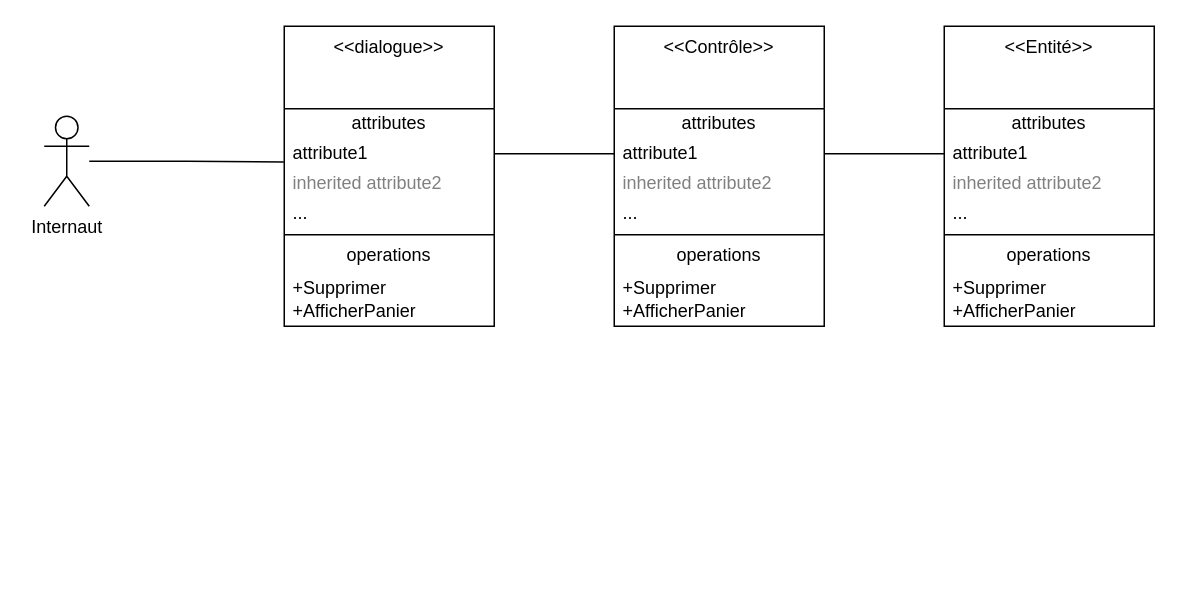
This is page "Gerer son panier" (7 of 7) of UML.drawio from zeuss32/analyse-et-modelisation-lab1, a draw.io file, before an edit. Source tidied: cells renumbered, new cells numbered last; positions are measured from the earlier drawing's top-left corner, leaving out a move shared by most shapes. Both pictures are drawn from the tidied source at 150%, with x=0, y=0 at pixel (44, 26).
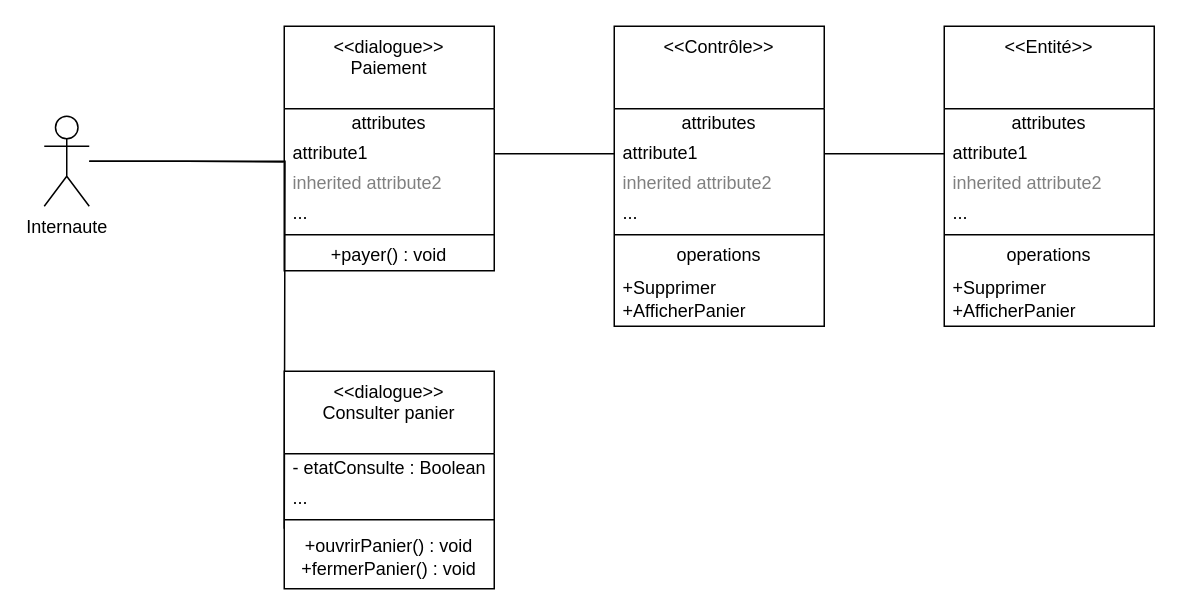
The same page after the edit.

Commit message:
Mettre à jour UML.drawio

The edit, as a diff of the source:
```diff
@@
+    <mxCell id="30" style="edgeStyle=orthogonalEdgeStyle;rounded=0;jettySize=auto;html=1;entryX=0;entryY=0.5;entryDx=0;entryDy=0;endArrow=none;endFill=0;" parent="1" edge="1" source="2">
+      <mxGeometry relative="1" as="geometry">
+        <mxPoint x="160" y="335" as="targetPoint" />
+      </mxGeometry>
+    </mxCell>
-    <mxCell id="2" value="Internaut" style="shape=umlActor;verticalLabelPosition=bottom;verticalAlign=top;html=1;outlineConnect=0;" parent="1" vertex="1">
+    <mxCell id="2" value="Internaute&lt;div&gt;&lt;br&gt;&lt;/div&gt;" style="shape=umlActor;verticalLabelPosition=bottom;verticalAlign=top;html=1;outlineConnect=0;" parent="1" vertex="1">
       <mxGeometry y="60" width="30" height="60" as="geometry" />
     </mxCell>
-    <mxCell id="3" value="&amp;lt;&amp;lt;dialogue&amp;gt;&amp;gt;" style="swimlane;fontStyle=0;align=center;verticalAlign=top;horizontal=1;startSize=55;html=1;whiteSpace=wrap;" parent="1" vertex="1">
-      <mxGeometry x="160" width="140" height="200" as="geometry" />
+    <mxCell id="3" value="&amp;lt;&amp;lt;dialogue&amp;gt;&amp;gt;&lt;div&gt;Paiement&lt;/div&gt;" style="swimlane;fontStyle=0;align=center;verticalAlign=top;horizontal=1;startSize=55;html=1;whiteSpace=wrap;" parent="1" vertex="1">
+      <mxGeometry x="160" width="140" height="163" as="geometry" />
     </mxCell>
@@
-    <mxCell id="9" value="operations" style="text;html=1;strokeColor=none;fillColor=none;align=center;verticalAlign=middle;spacingLeft=4;spacingRight=4;overflow=hidden;whiteSpace=wrap;" parent="3" vertex="1">
+    <mxCell id="9" value="+payer() : void" style="text;html=1;strokeColor=none;fillColor=none;align=center;verticalAlign=middle;spacingLeft=4;spacingRight=4;overflow=hidden;whiteSpace=wrap;" parent="3" vertex="1">
       <mxGeometry y="143" width="140" height="20" as="geometry" />
     </mxCell>
-    <mxCell id="10" value="+Supprimer&lt;div&gt;+AfficherPanier&lt;/div&gt;" style="text;html=1;strokeColor=none;fillColor=none;align=left;verticalAlign=middle;spacingLeft=4;spacingRight=4;overflow=hidden;whiteSpace=wrap;" parent="3" vertex="1">
-      <mxGeometry y="163" width="140" height="37" as="geometry" />
-    </mxCell>
@@
+    <mxCell id="31" value="&amp;lt;&amp;lt;dialogue&amp;gt;&amp;gt;&lt;div&gt;Consulter panier&lt;/div&gt;" style="swimlane;fontStyle=0;align=center;verticalAlign=top;horizontal=1;startSize=55;html=1;whiteSpace=wrap;" parent="1" vertex="1">
+      <mxGeometry x="160" y="230" width="140" height="145" as="geometry" />
+    </mxCell>
+    <mxCell id="32" value="- etatConsulte : Boolean" style="text;html=1;strokeColor=none;fillColor=none;align=left;verticalAlign=middle;spacingLeft=4;spacingRight=4;overflow=hidden;whiteSpace=wrap;" parent="31" vertex="1">
+      <mxGeometry y="55" width="140" height="20" as="geometry" />
+    </mxCell>
+    <mxCell id="33" value="..." style="text;html=1;strokeColor=none;fillColor=none;align=left;verticalAlign=middle;spacingLeft=4;spacingRight=4;overflow=hidden;whiteSpace=wrap;" parent="31" vertex="1">
+      <mxGeometry y="75" width="140" height="20" as="geometry" />
+    </mxCell>
+    <mxCell id="34" style="line;strokeWidth=1;fillColor=none;align=left;verticalAlign=middle;spacingTop=-1;spacingLeft=3;spacingRight=3;labelPosition=right;" parent="31" vertex="1">
+      <mxGeometry y="95" width="140" height="8" as="geometry" />
+    </mxCell>
+    <mxCell id="35" value="+ouvrirPanier() : void&lt;div&gt;+fermerPanier() : void&lt;/div&gt;" style="text;html=1;strokeColor=none;fillColor=none;align=center;verticalAlign=middle;spacingLeft=4;spacingRight=4;overflow=hidden;whiteSpace=wrap;" parent="31" vertex="1">
+      <mxGeometry y="103" width="140" height="42" as="geometry" />
+    </mxCell>
```
